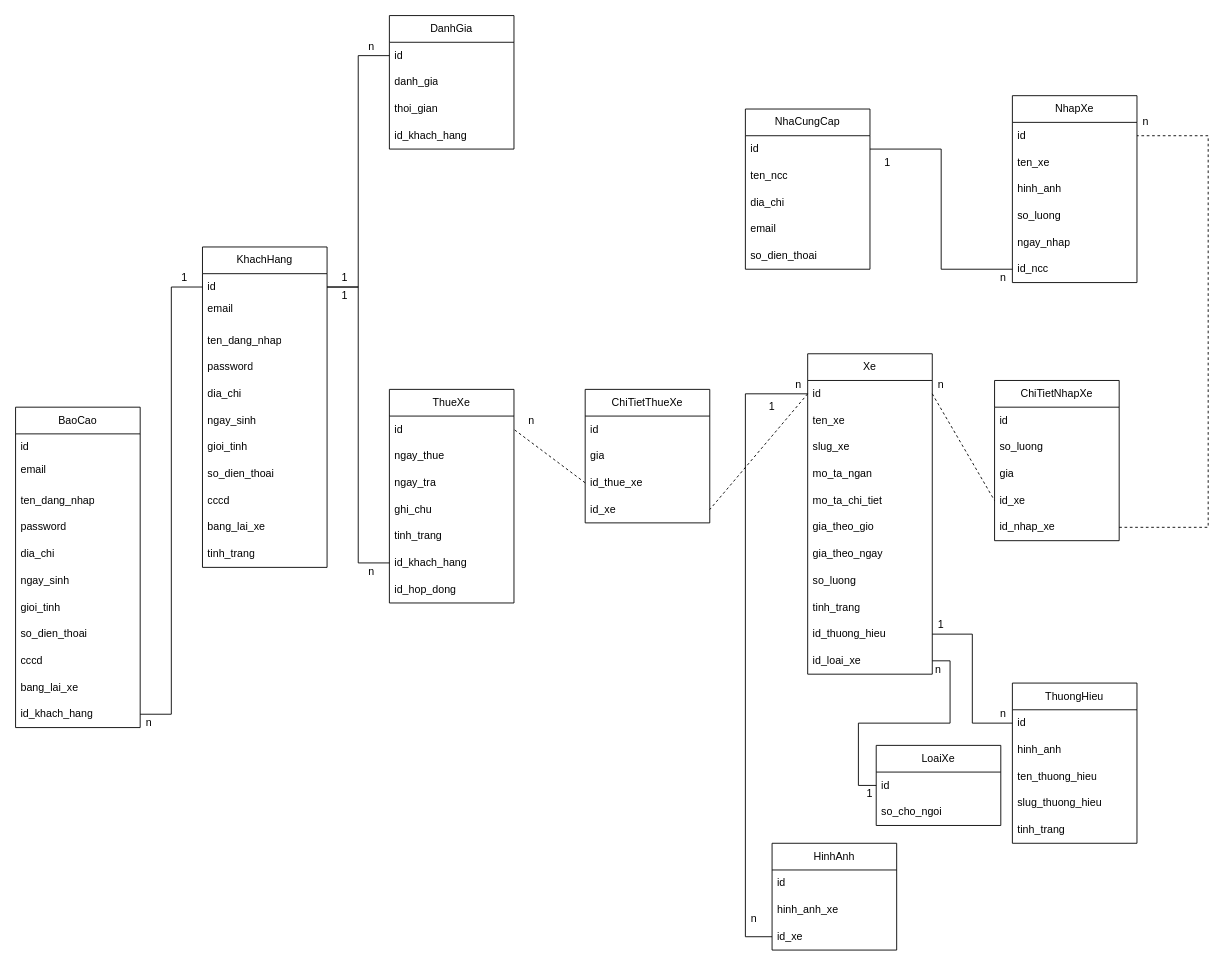
The draw.io diagram ocr.drawio in phtsnh26/SpeedGearX, before the edit. Source tidied: cells renumbered, new cells numbered last; positions are measured from the earlier drawing's top-left corner, leaving out a move shared by most shapes. Both pictures are drawn from the tidied source at 89%, with x=0, y=0 at pixel (15, 15).
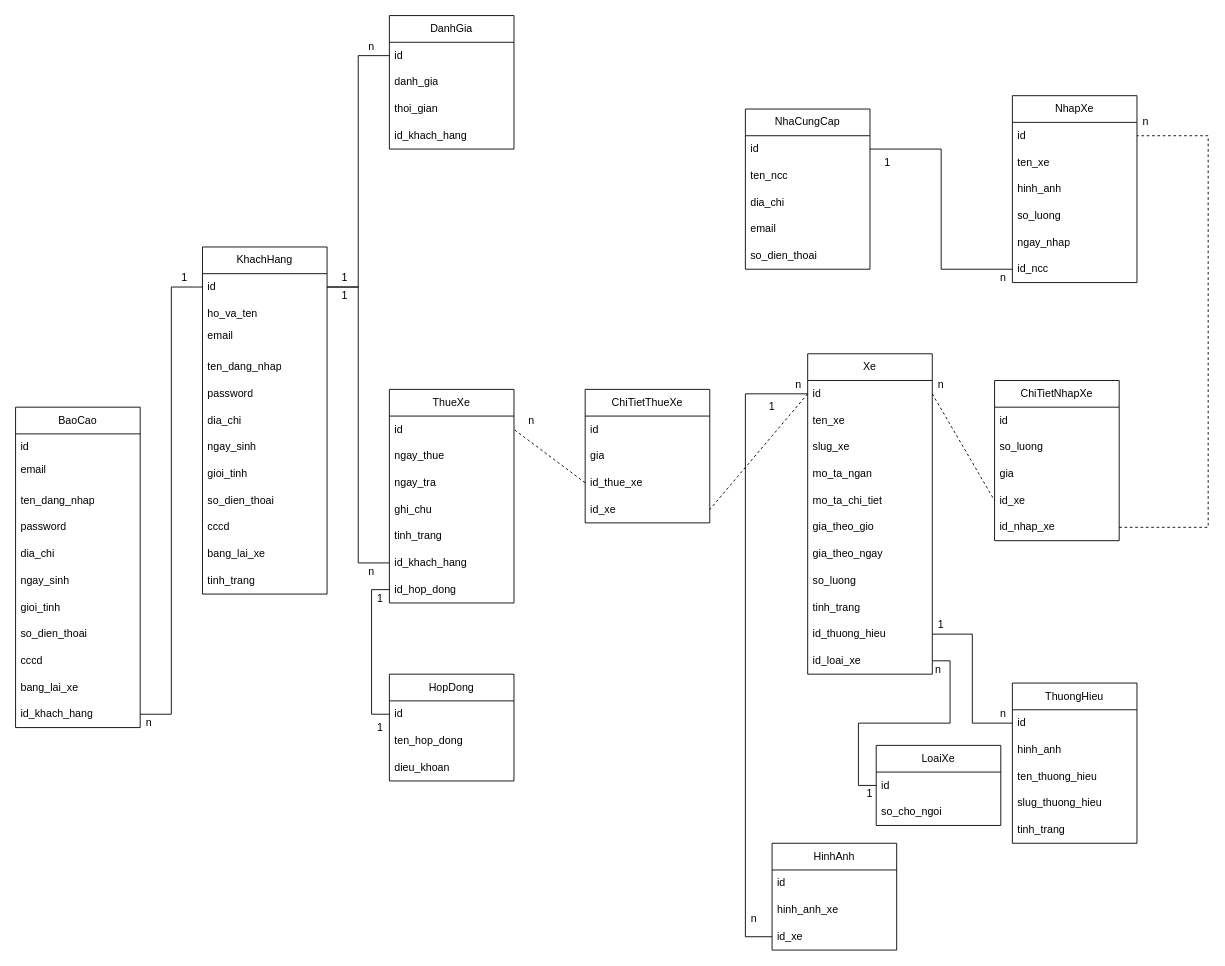
The same diagram, later.

Unchanged cells that the change refers to:
```xml
<mxCell id="68" value="id_hop_dong" style="text;strokeColor=none;fillColor=none;align=left;verticalAlign=middle;spacingLeft=4;spacingRight=4;overflow=hidden;points=[[0,0.5],[1,0.5]];portConstraint=eastwest;whiteSpace=wrap;html=1;" parent="61" vertex="1">
  <mxGeometry y="210" width="140" height="30" as="geometry" />
</mxCell>
```

What changed in the source:
```diff
@@
     <mxCell id="2" value="KhachHang" style="swimlane;fontStyle=0;horizontal=1;startSize=30;whiteSpace=wrap;html=1;" parent="1" vertex="1">
-      <mxGeometry x="210" y="260" width="140" height="360" as="geometry" />
+      <mxGeometry x="210" y="260" width="140" height="390" as="geometry" />
     </mxCell>
@@
+    <mxCell id="117" value="ho_va_ten" style="text;strokeColor=none;fillColor=none;align=left;verticalAlign=middle;spacingLeft=4;spacingRight=4;overflow=hidden;whiteSpace=wrap;html=1;" parent="2" vertex="1">
+      <mxGeometry y="60" width="140" height="30" as="geometry" />
+    </mxCell>
     <mxCell id="4" value="email&lt;span style=&quot;white-space: pre;&quot;&gt;&#9;&lt;/span&gt;&lt;br&gt;&lt;br&gt;" style="text;strokeColor=none;fillColor=none;align=left;verticalAlign=middle;spacingLeft=4;spacingRight=4;overflow=hidden;whiteSpace=wrap;html=1;" parent="2" vertex="1">
-      <mxGeometry y="60" width="140" height="30" as="geometry" />
+      <mxGeometry y="90" width="140" height="30" as="geometry" />
     </mxCell>
     <mxCell id="5" value="ten_dang_nhap" style="text;strokeColor=none;fillColor=none;align=left;verticalAlign=middle;spacingLeft=4;spacingRight=4;overflow=hidden;whiteSpace=wrap;html=1;" parent="2" vertex="1">
-      <mxGeometry y="90" width="140" height="30" as="geometry" />
+      <mxGeometry y="120" width="140" height="30" as="geometry" />
     </mxCell>
     <mxCell id="6" value="password" style="text;strokeColor=none;fillColor=none;align=left;verticalAlign=middle;spacingLeft=4;spacingRight=4;overflow=hidden;whiteSpace=wrap;html=1;" parent="2" vertex="1">
-      <mxGeometry y="120" width="140" height="30" as="geometry" />
+      <mxGeometry y="150" width="140" height="30" as="geometry" />
     </mxCell>
     <mxCell id="7" value="dia_chi" style="text;strokeColor=none;fillColor=none;align=left;verticalAlign=middle;spacingLeft=4;spacingRight=4;overflow=hidden;whiteSpace=wrap;html=1;" parent="2" vertex="1">
-      <mxGeometry y="150" width="140" height="30" as="geometry" />
+      <mxGeometry y="180" width="140" height="30" as="geometry" />
     </mxCell>
     <mxCell id="8" value="ngay_sinh" style="text;strokeColor=none;fillColor=none;align=left;verticalAlign=middle;spacingLeft=4;spacingRight=4;overflow=hidden;whiteSpace=wrap;html=1;" parent="2" vertex="1">
-      <mxGeometry y="180" width="140" height="30" as="geometry" />
+      <mxGeometry y="210" width="140" height="30" as="geometry" />
     </mxCell>
     <mxCell id="9" value="gioi_tinh" style="text;strokeColor=none;fillColor=none;align=left;verticalAlign=middle;spacingLeft=4;spacingRight=4;overflow=hidden;whiteSpace=wrap;html=1;" parent="2" vertex="1">
-      <mxGeometry y="210" width="140" height="30" as="geometry" />
+      <mxGeometry y="240" width="140" height="30" as="geometry" />
     </mxCell>
     <mxCell id="10" value="so_dien_thoai" style="text;strokeColor=none;fillColor=none;align=left;verticalAlign=middle;spacingLeft=4;spacingRight=4;overflow=hidden;whiteSpace=wrap;html=1;" parent="2" vertex="1">
-      <mxGeometry y="240" width="140" height="30" as="geometry" />
+      <mxGeometry y="270" width="140" height="30" as="geometry" />
     </mxCell>
     <mxCell id="11" value="cccd" style="text;strokeColor=none;fillColor=none;align=left;verticalAlign=middle;spacingLeft=4;spacingRight=4;overflow=hidden;whiteSpace=wrap;html=1;" parent="2" vertex="1">
-      <mxGeometry y="270" width="140" height="30" as="geometry" />
+      <mxGeometry y="300" width="140" height="30" as="geometry" />
     </mxCell>
     <mxCell id="12" value="bang_lai_xe" style="text;strokeColor=none;fillColor=none;align=left;verticalAlign=middle;spacingLeft=4;spacingRight=4;overflow=hidden;whiteSpace=wrap;html=1;" parent="2" vertex="1">
-      <mxGeometry y="300" width="140" height="30" as="geometry" />
+      <mxGeometry y="330" width="140" height="30" as="geometry" />
     </mxCell>
     <mxCell id="13" value="tinh_trang" style="text;strokeColor=none;fillColor=none;align=left;verticalAlign=middle;spacingLeft=4;spacingRight=4;overflow=hidden;whiteSpace=wrap;html=1;" parent="2" vertex="1">
-      <mxGeometry y="330" width="140" height="30" as="geometry" />
+      <mxGeometry y="360" width="140" height="30" as="geometry" />
     </mxCell>
@@
+    <mxCell id="118" value="HopDong" style="swimlane;fontStyle=0;horizontal=1;startSize=30;whiteSpace=wrap;html=1;" parent="1" vertex="1">
+      <mxGeometry x="420" y="740" width="140" height="120" as="geometry" />
+    </mxCell>
+    <mxCell id="119" value="id" style="text;strokeColor=none;fillColor=none;align=left;verticalAlign=middle;spacingLeft=4;spacingRight=4;overflow=hidden;points=[[0,0.5],[1,0.5]];portConstraint=eastwest;whiteSpace=wrap;html=1;" parent="118" vertex="1">
+      <mxGeometry y="30" width="140" height="30" as="geometry" />
+    </mxCell>
+    <mxCell id="120" value="ten_hop_dong" style="text;strokeColor=none;fillColor=none;align=left;verticalAlign=middle;spacingLeft=4;spacingRight=4;overflow=hidden;whiteSpace=wrap;html=1;" parent="118" vertex="1">
+      <mxGeometry y="60" width="140" height="30" as="geometry" />
+    </mxCell>
+    <mxCell id="121" value="dieu_khoan" style="text;strokeColor=none;fillColor=none;align=left;verticalAlign=middle;spacingLeft=4;spacingRight=4;overflow=hidden;whiteSpace=wrap;html=1;" parent="118" vertex="1">
+      <mxGeometry y="90" width="140" height="30" as="geometry" />
+    </mxCell>
+    <mxCell id="122" style="edgeStyle=orthogonalEdgeStyle;rounded=0;jettySize=auto;html=1;entryX=0;entryY=0.5;entryDx=0;entryDy=0;endArrow=none;endFill=0;" parent="1" edge="1" source="68" target="119">
+      <mxGeometry relative="1" as="geometry" />
+    </mxCell>
+    <mxCell id="123" value="1" style="text;html=1;strokeColor=none;fillColor=none;align=center;verticalAlign=middle;whiteSpace=wrap;rounded=0;" parent="1" vertex="1">
+      <mxGeometry x="380" y="640" width="60" height="30" as="geometry" />
+    </mxCell>
+    <mxCell id="124" value="1" style="text;html=1;strokeColor=none;fillColor=none;align=center;verticalAlign=middle;whiteSpace=wrap;rounded=0;" parent="1" vertex="1">
+      <mxGeometry x="380" y="785" width="60" height="30" as="geometry" />
+    </mxCell>
```
